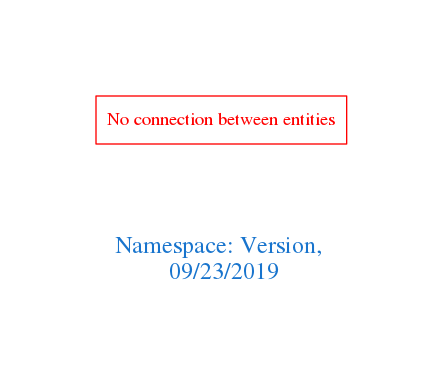
Above: downloads/Version.png in arago/OGIT (Graphviz), before the change. Its source is kept beside it as downloads/Version.dot.
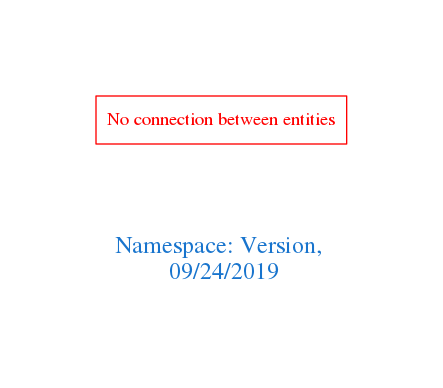
The same diagram one commit later.

What changed in the source:
```diff
@@ -1,7 +1,7 @@
 digraph OGIT_ontology {
  graph [ rankdir= LR,pad=1
 fontsize = 18,
-fontcolor= dodgerblue3,label = "\n\n\nNamespace: Version, \n 09/23/2019"];
+fontcolor= dodgerblue3,label = "\n\n\nNamespace: Version, \n 09/24/2019"];
 node[shape=polygon];
 edge [  color="gray81"];
 
```
